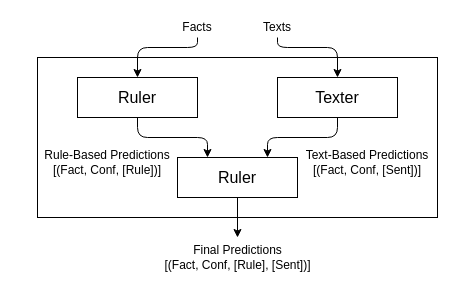
This is src/4_approach/power_architecture.drawio from TobiasUhmann/thesis-latex, a draw.io file, before an edit. Source tidied: cells renumbered, new cells numbered last; positions are measured from the earlier drawing's top-left corner, leaving out a move shared by most shapes. Both pictures are drawn from the tidied source at 100%, with x=0, y=0 at pixel (17, 17).
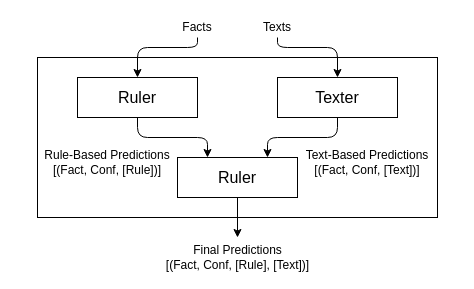
The same page after the edit.

What changed in the source:
```diff
@@
-    <mxCell id="13" value="&lt;font style=&quot;font-size: 12px&quot;&gt;Final Predictions&lt;br&gt;[(Fact, Conf, [Rule], [Sent])]&lt;br&gt;&lt;/font&gt;" style="text;html=1;strokeColor=none;fillColor=none;align=center;verticalAlign=middle;whiteSpace=wrap;rounded=0;" parent="1" vertex="1">
+    <mxCell id="13" value="&lt;font style=&quot;font-size: 12px&quot;&gt;Final Predictions&lt;br&gt;[(Fact, Conf, [Rule], [Text])]&lt;br&gt;&lt;/font&gt;" style="text;html=1;strokeColor=none;fillColor=none;align=center;verticalAlign=middle;whiteSpace=wrap;rounded=0;" parent="1" vertex="1">
       <mxGeometry x="112.5" y="230" width="215" height="20" as="geometry" />
     </mxCell>
@@
-    <mxCell id="15" value="&lt;font style=&quot;font-size: 12px&quot;&gt;Text-Based Predictions&lt;br&gt;[(Fact, Conf, [Sent])]&lt;br&gt;&lt;/font&gt;" style="text;html=1;strokeColor=none;fillColor=none;align=center;verticalAlign=middle;whiteSpace=wrap;rounded=0;" parent="1" vertex="1">
+    <mxCell id="15" value="&lt;font style=&quot;font-size: 12px&quot;&gt;Text-Based Predictions&lt;br&gt;[(Fact, Conf, [Text])]&lt;br&gt;&lt;/font&gt;" style="text;html=1;strokeColor=none;fillColor=none;align=center;verticalAlign=middle;whiteSpace=wrap;rounded=0;" parent="1" vertex="1">
       <mxGeometry x="260" y="130" width="180" height="30" as="geometry" />
     </mxCell>
```
